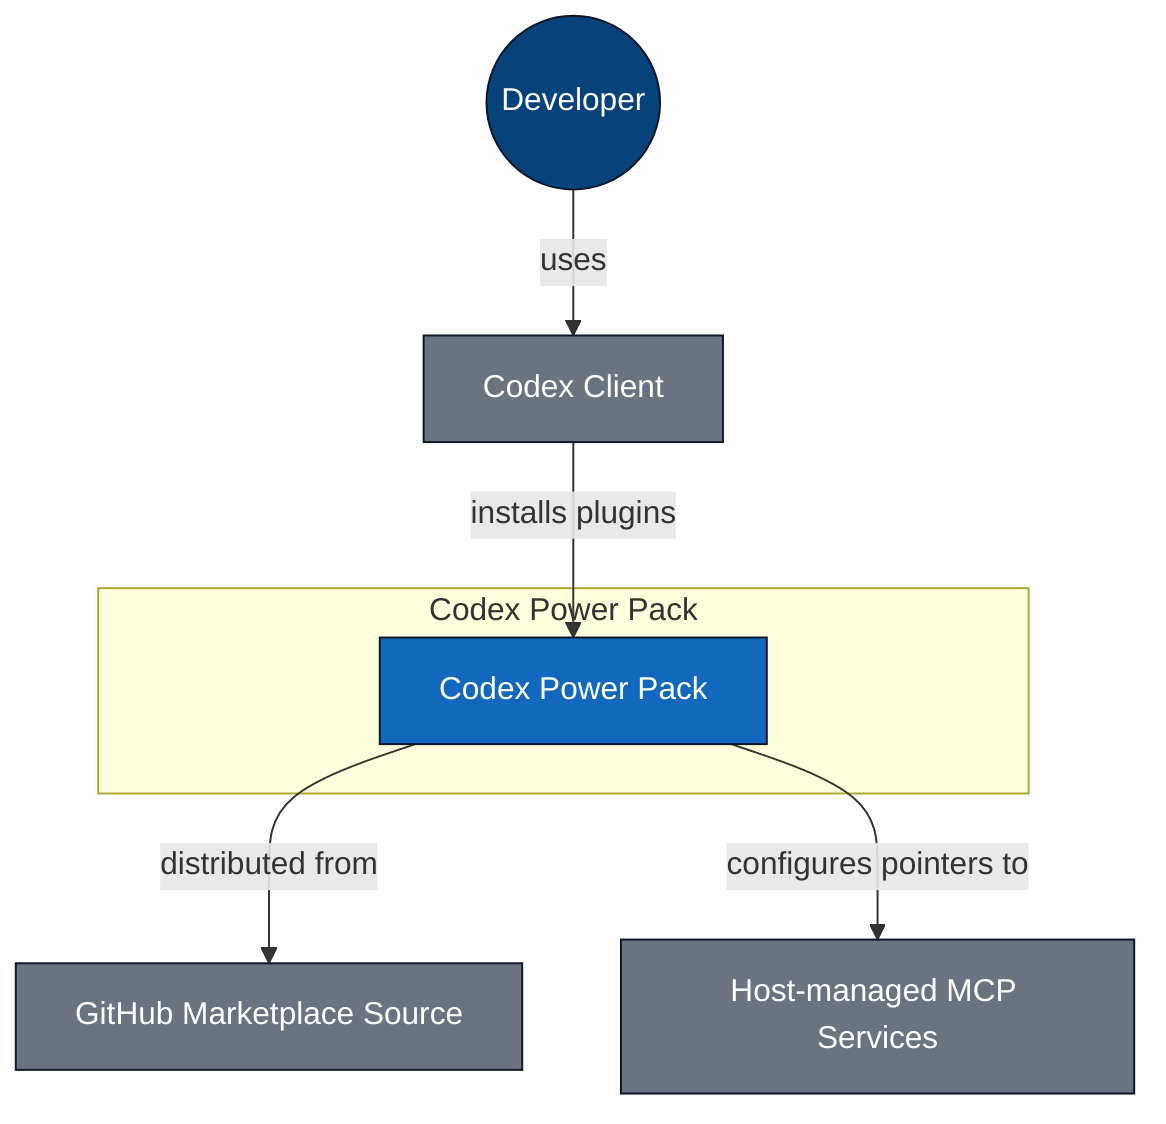
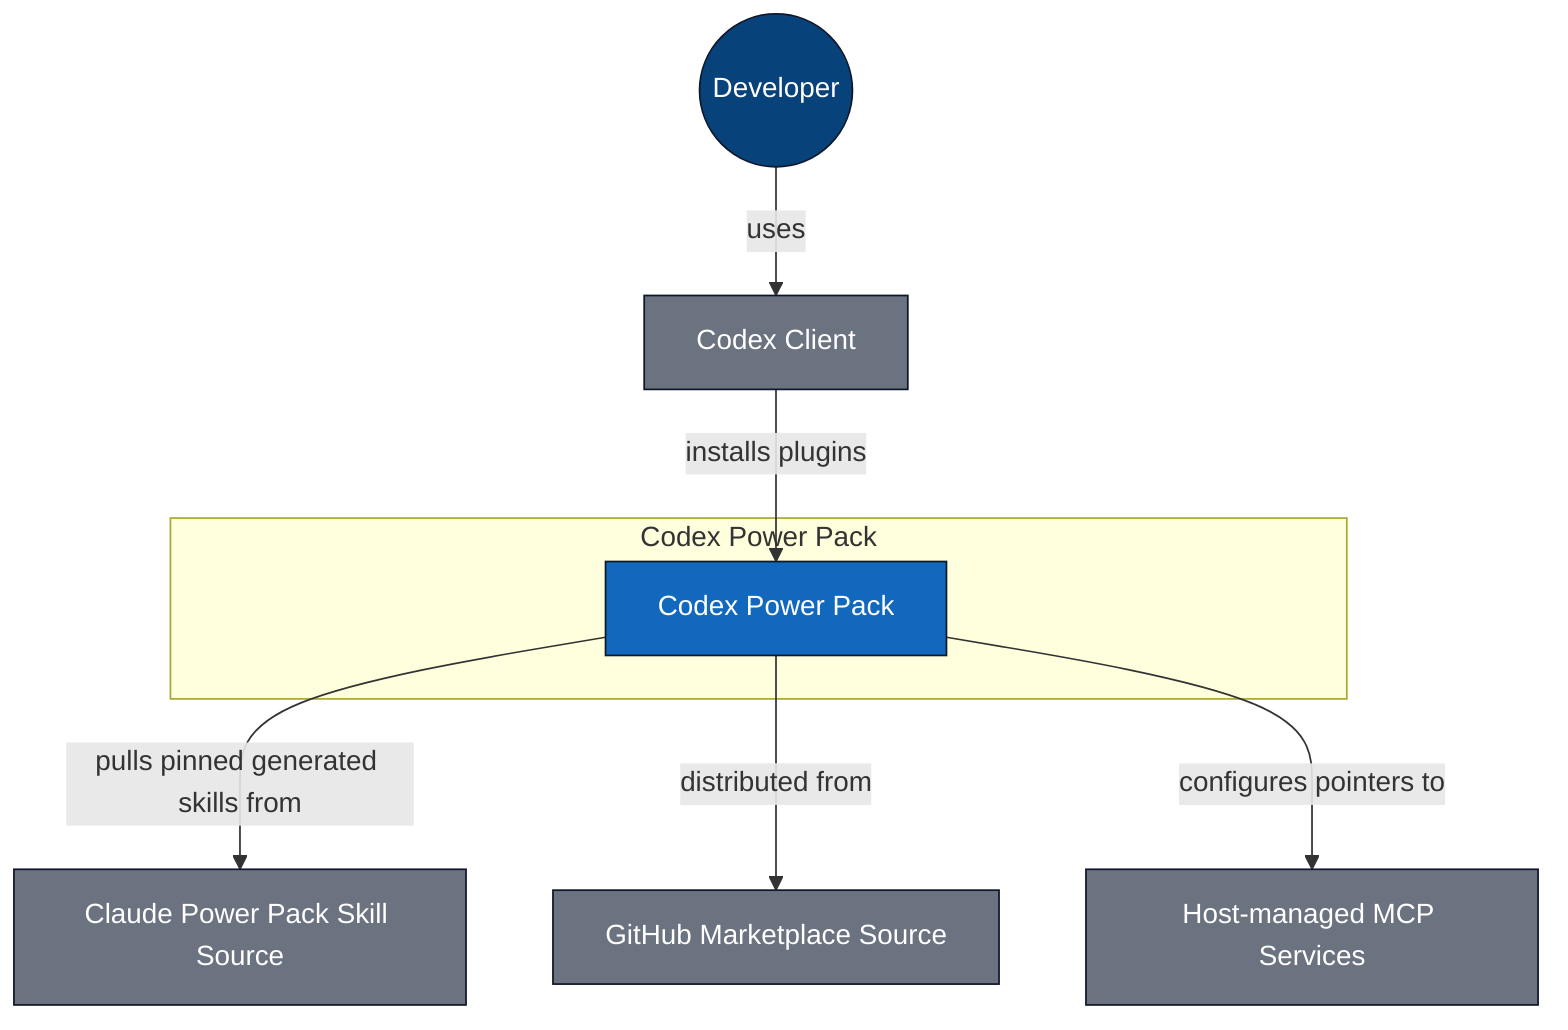
flowchart TB
  subgraph cxpp_boundary["Codex Power Pack"]
    cxpp["Codex Power Pack"]:::system_focus
  end
  developer(("Developer")):::person
  codex["Codex Client"]:::system
+   cpp["Claude Power Pack Skill Source"]:::system
  github["GitHub Marketplace Source"]:::system
  host_mcp["Host-managed MCP Services"]:::system
  developer -->|"uses"| codex
  codex -->|"installs plugins"| cxpp
+   cxpp -->|"pulls pinned generated skills from"| cpp
  cxpp -->|"distributed from"| github
  cxpp -->|"configures pointers to"| host_mcp
  classDef person fill:#08427b,color:#ffffff,stroke:#0f172a
  classDef system fill:#6b7280,color:#ffffff,stroke:#0f172a
  classDef system_focus fill:#1168bd,color:#ffffff,stroke:#0f172a
